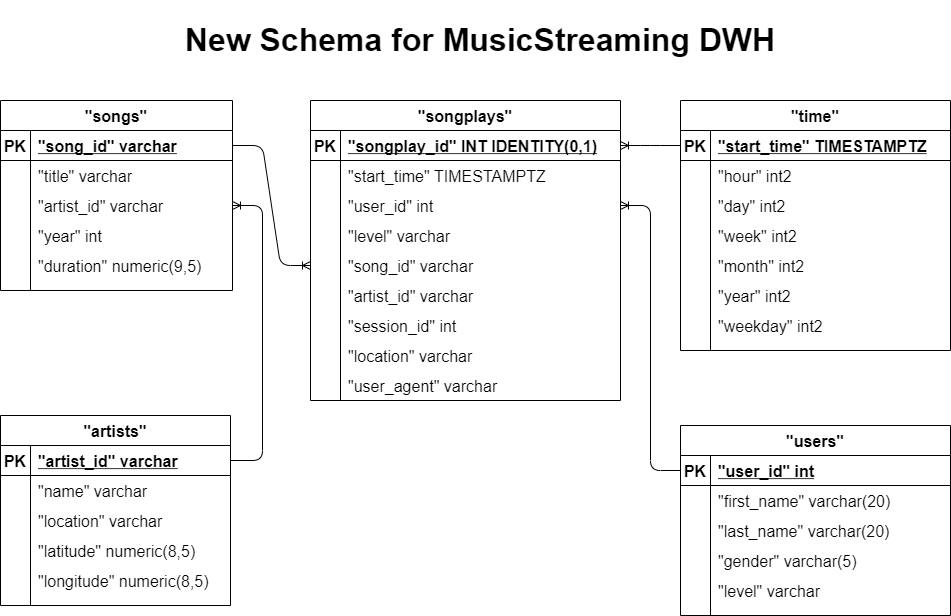
Above: assets/images/NewSchema.png in jingzhou99/MusicApp_CloudDWH (draw.io), before the change. Source tidied: cells renumbered, new cells last; positions are measured from the earlier drawing's top-left corner, leaving out a move shared by most shapes.
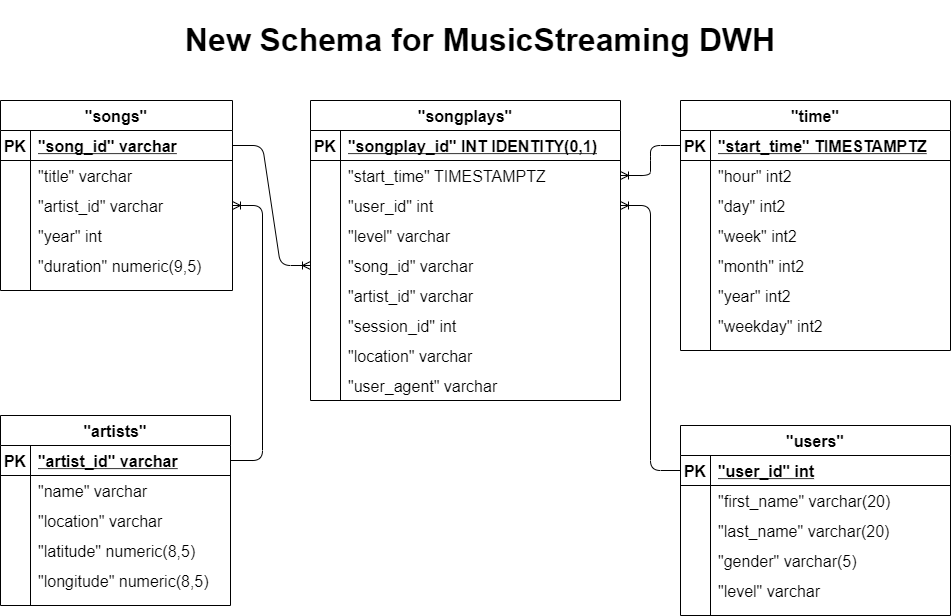
Later version of the same file.

Commit message:
correct the error -relation of time and songplays

What changed in the source:
```diff
@@ -308,7 +308,7 @@
     <mxCell id="103" value="&lt;h1&gt;New Schema for MusicStreaming DWH&lt;/h1&gt;" style="text;html=1;strokeColor=none;fillColor=none;spacing=5;spacingTop=-20;whiteSpace=wrap;overflow=hidden;rounded=0;fontSize=16;align=center;" parent="1" vertex="1">
       <mxGeometry x="180" width="600" height="60" as="geometry" />
     </mxCell>
-    <mxCell id="104" style="edgeStyle=entityRelationEdgeStyle;fontSize=12;html=1;endArrow=ERoneToMany;exitX=0;exitY=0.5;exitDx=0;exitDy=0;entryX=1;entryY=0.5;entryDx=0;entryDy=0;" parent="1" edge="1" source="51" target="73">
+    <mxCell id="104" style="edgeStyle=entityRelationEdgeStyle;fontSize=12;html=1;endArrow=ERoneToMany;exitX=0;exitY=0.5;exitDx=0;exitDy=0;" parent="1" edge="1" source="51" target="76">
       <mxGeometry relative="1" as="geometry" />
     </mxCell>
   </root>
```
